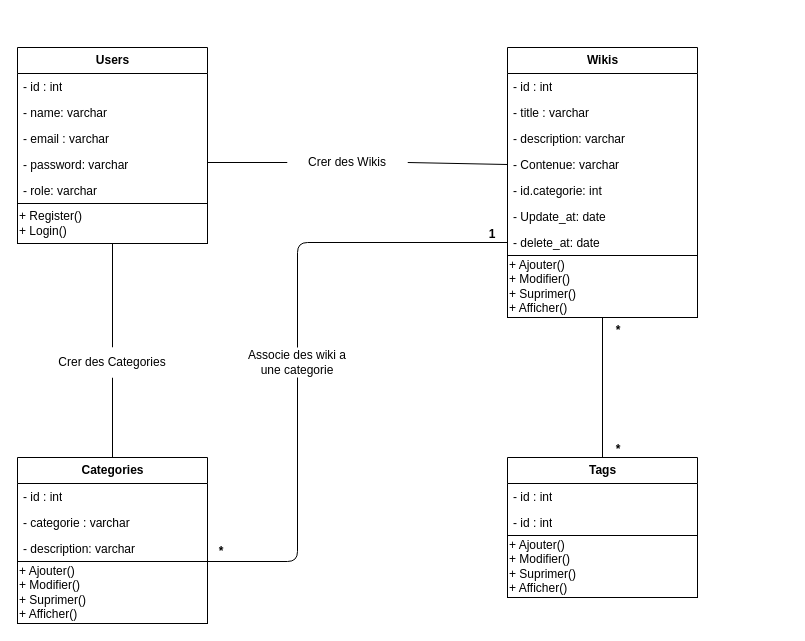
Before: uml/classDiagrame.drawio in KHALID-ZENNOUHI/Wiki-, a draw.io diagram. Source tidied: cells renumbered, new cells numbered last; positions are measured from the earlier drawing's top-left corner, leaving out a move shared by most shapes. Both pictures are drawn from the tidied source at 100%, with x=0, y=0 at pixel (17, 47).
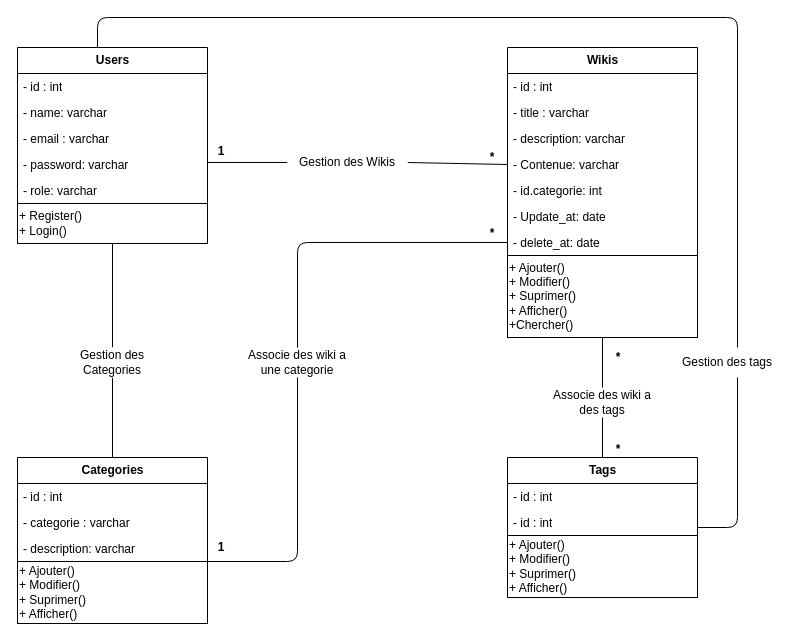
The same page after the edit.

The edit, as a diff of the source:
```diff
@@
-    <mxCell id="25" value="Crer des Wikis" style="rounded=0;whiteSpace=wrap;html=1;strokeColor=none;" parent="1" vertex="1">
+    <mxCell id="25" value="Gestion des Wikis" style="rounded=0;whiteSpace=wrap;html=1;strokeColor=none;" parent="1" vertex="1">
       <mxGeometry x="270" y="100" width="120" height="30" as="geometry" />
     </mxCell>
@@
-    <mxCell id="28" value="Crer des Categories" style="rounded=0;whiteSpace=wrap;html=1;strokeColor=none;" parent="1" vertex="1">
+    <mxCell id="28" value="Gestion des Categories" style="rounded=0;whiteSpace=wrap;html=1;strokeColor=none;" parent="1" vertex="1">
       <mxGeometry x="35" y="300" width="120" height="30" as="geometry" />
     </mxCell>
@@
-    <mxCell id="30" value="&lt;div style=&quot;&quot;&gt;&lt;span style=&quot;background-color: initial;&quot;&gt;+ Ajouter()&lt;/span&gt;&lt;br&gt;&lt;/div&gt;&lt;span style=&quot;background-color: initial;&quot;&gt;&lt;div style=&quot;&quot;&gt;&lt;span style=&quot;background-color: initial;&quot;&gt;+ Modifier()&lt;/span&gt;&lt;/div&gt;&lt;/span&gt;&lt;span style=&quot;background-color: initial;&quot;&gt;&lt;div style=&quot;&quot;&gt;&lt;span style=&quot;background-color: initial;&quot;&gt;+ Suprimer()&lt;/span&gt;&lt;/div&gt;&lt;/span&gt;&lt;span style=&quot;background-color: initial;&quot;&gt;&lt;div style=&quot;&quot;&gt;&lt;span style=&quot;background-color: initial;&quot;&gt;+ Afficher()&lt;/span&gt;&lt;/div&gt;&lt;/span&gt;" style="text;html=1;strokeColor=default;fillColor=none;align=left;verticalAlign=middle;whiteSpace=wrap;rounded=0;" parent="1" vertex="1">
-      <mxGeometry x="490" y="208" width="190" height="62" as="geometry" />
+    <mxCell id="30" value="&lt;div style=&quot;&quot;&gt;&lt;span style=&quot;background-color: initial;&quot;&gt;+ Ajouter()&lt;/span&gt;&lt;br&gt;&lt;/div&gt;&lt;span style=&quot;background-color: initial;&quot;&gt;&lt;div style=&quot;&quot;&gt;&lt;span style=&quot;background-color: initial;&quot;&gt;+ Modifier()&lt;/span&gt;&lt;/div&gt;&lt;/span&gt;&lt;span style=&quot;background-color: initial;&quot;&gt;&lt;div style=&quot;&quot;&gt;&lt;span style=&quot;background-color: initial;&quot;&gt;+ Suprimer()&lt;/span&gt;&lt;/div&gt;&lt;/span&gt;&lt;span style=&quot;background-color: initial;&quot;&gt;&lt;div style=&quot;&quot;&gt;&lt;span style=&quot;background-color: initial;&quot;&gt;+ Afficher()&lt;/span&gt;&lt;/div&gt;&lt;div style=&quot;&quot;&gt;&lt;span style=&quot;background-color: initial;&quot;&gt;+Chercher()&lt;/span&gt;&lt;/div&gt;&lt;/span&gt;" style="text;html=1;strokeColor=default;fillColor=none;align=left;verticalAlign=middle;whiteSpace=wrap;rounded=0;" parent="1" vertex="1">
+      <mxGeometry x="490" y="208" width="190" height="82" as="geometry" />
     </mxCell>
@@
     <mxCell id="34" value="&lt;b&gt;*&lt;/b&gt;" style="text;html=1;strokeColor=none;fillColor=none;align=center;verticalAlign=middle;whiteSpace=wrap;rounded=0;" parent="1" vertex="1">
-      <mxGeometry x="576" y="273" width="50" height="20" as="geometry" />
+      <mxGeometry x="576" y="300" width="50" height="20" as="geometry" />
     </mxCell>
@@
     <mxCell id="37" value="&lt;b&gt;*&lt;/b&gt;" style="text;html=1;strokeColor=none;fillColor=none;align=center;verticalAlign=middle;whiteSpace=wrap;rounded=0;" parent="1" vertex="1">
-      <mxGeometry x="179" y="494" width="50" height="20" as="geometry" />
+      <mxGeometry x="450" y="176" width="50" height="20" as="geometry" />
     </mxCell>
     <mxCell id="38" value="&lt;b&gt;1&lt;/b&gt;" style="text;html=1;strokeColor=none;fillColor=none;align=center;verticalAlign=middle;whiteSpace=wrap;rounded=0;" parent="1" vertex="1">
-      <mxGeometry x="450" y="177" width="50" height="20" as="geometry" />
+      <mxGeometry x="179" y="490" width="50" height="20" as="geometry" />
     </mxCell>
@@
+    <mxCell id="40" value="&lt;b&gt;1&lt;/b&gt;" style="text;html=1;strokeColor=none;fillColor=none;align=center;verticalAlign=middle;whiteSpace=wrap;rounded=0;" parent="1" vertex="1">
+      <mxGeometry x="179" y="94" width="50" height="20" as="geometry" />
+    </mxCell>
+    <mxCell id="41" value="&lt;b&gt;*&lt;/b&gt;" style="text;html=1;strokeColor=none;fillColor=none;align=center;verticalAlign=middle;whiteSpace=wrap;rounded=0;" parent="1" vertex="1">
+      <mxGeometry x="450" y="100" width="50" height="20" as="geometry" />
+    </mxCell>
+    <mxCell id="42" value="Associe des wiki a des tags" style="rounded=0;whiteSpace=wrap;html=1;strokeColor=none;" parent="1" vertex="1">
+      <mxGeometry x="525" y="340" width="120" height="30" as="geometry" />
+    </mxCell>
+    <mxCell id="43" style="endArrow=none;html=1;" parent="1" edge="1">
+      <mxGeometry relative="1" as="geometry">
+        <mxPoint x="80" as="sourcePoint" />
+        <mxPoint x="680" y="480" as="targetPoint" />
+        <Array as="points">
+          <mxPoint x="80" y="-30" />
+          <mxPoint x="720" y="-30" />
+          <mxPoint x="720" y="480" />
+        </Array>
+      </mxGeometry>
+    </mxCell>
+    <mxCell id="44" value="Gestion des tags" style="rounded=0;whiteSpace=wrap;html=1;strokeColor=none;" parent="1" vertex="1">
+      <mxGeometry x="650" y="300" width="120" height="30" as="geometry" />
+    </mxCell>
```
